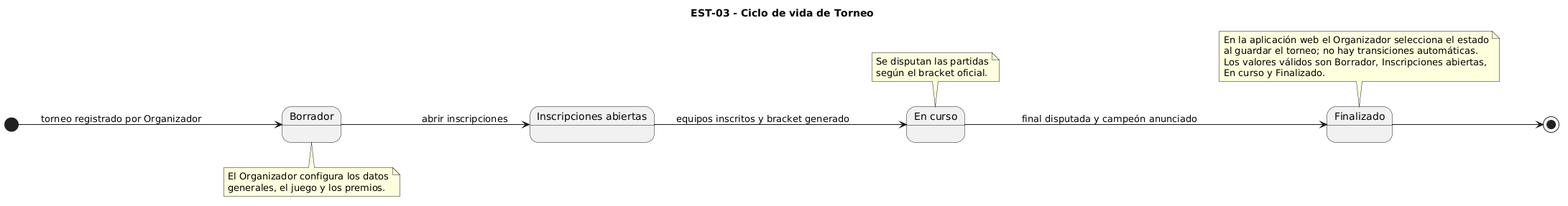
This is diagramas/est-03.png from E-SportsFocus/Organizacion_de_torneos, a PlantUML export, as it was before one commit. Its diagram source:
```plantuml
@startuml est-03
title EST-03 - Ciclo de vida de Torneo
left to right direction

[*] --> Borrador : torneo registrado por Organizador

Borrador --> InscripcionesAbiertas : abrir inscripciones
InscripcionesAbiertas --> EnCurso : equipos inscritos y bracket generado
EnCurso --> Finalizado : final disputada y campeón anunciado
Finalizado --> [*]

state "Inscripciones abiertas" as InscripcionesAbiertas
state "En curso" as EnCurso

note bottom of Borrador
  El Organizador configura los datos
  generales, el juego y los premios.
end note

note bottom of EnCurso
  Se disputan las partidas
  según el bracket oficial.
end note

note bottom of Finalizado
  En la aplicación web el Organizador selecciona el estado
  al guardar el torneo; no hay transiciones automáticas.
  Los valores válidos son Borrador, Inscripciones abiertas,
  En curso y Finalizado.
end note
@enduml
```
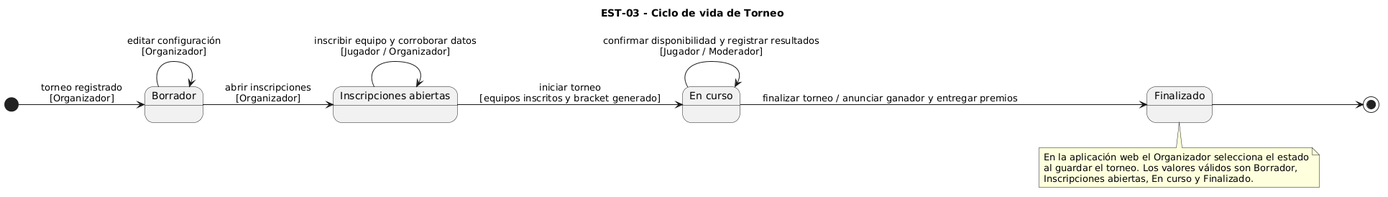
After the change.

Change to the diagram source:
```diff
@@ -1,31 +1,28 @@
-@startuml est-03
+@startuml
 title EST-03 - Ciclo de vida de Torneo
 left to right direction
 
-[*] --> Borrador : torneo registrado por Organizador
-
-Borrador --> InscripcionesAbiertas : abrir inscripciones
-InscripcionesAbiertas --> EnCurso : equipos inscritos y bracket generado
-EnCurso --> Finalizado : final disputada y campeón anunciado
-Finalizado --> [*]
-
+state "Borrador" as Borrador
 state "Inscripciones abiertas" as InscripcionesAbiertas
 state "En curso" as EnCurso
+state "Finalizado" as Finalizado
 
-note bottom of Borrador
-  El Organizador configura los datos
-  generales, el juego y los premios.
-end note
+[*] --> Borrador : torneo registrado\n[Organizador]
 
-note bottom of EnCurso
-  Se disputan las partidas
-  según el bracket oficial.
-end note
+Borrador --> Borrador : editar configuración\n[Organizador]
+Borrador --> InscripcionesAbiertas : abrir inscripciones\n[Organizador]
+
+InscripcionesAbiertas --> InscripcionesAbiertas : inscribir equipo y corroborar datos\n[Jugador / Organizador]
+InscripcionesAbiertas --> EnCurso : iniciar torneo\n[equipos inscritos y bracket generado]
+
+EnCurso --> EnCurso : confirmar disponibilidad y registrar resultados\n[Jugador / Moderador]
+EnCurso --> Finalizado : finalizar torneo / anunciar ganador y entregar premios
+
+Finalizado --> [*]
 
 note bottom of Finalizado
   En la aplicación web el Organizador selecciona el estado
-  al guardar el torneo; no hay transiciones automáticas.
-  Los valores válidos son Borrador, Inscripciones abiertas,
-  En curso y Finalizado.
+  al guardar el torneo. Los valores válidos son Borrador,
+  Inscripciones abiertas, En curso y Finalizado.
 end note
 @enduml
```
